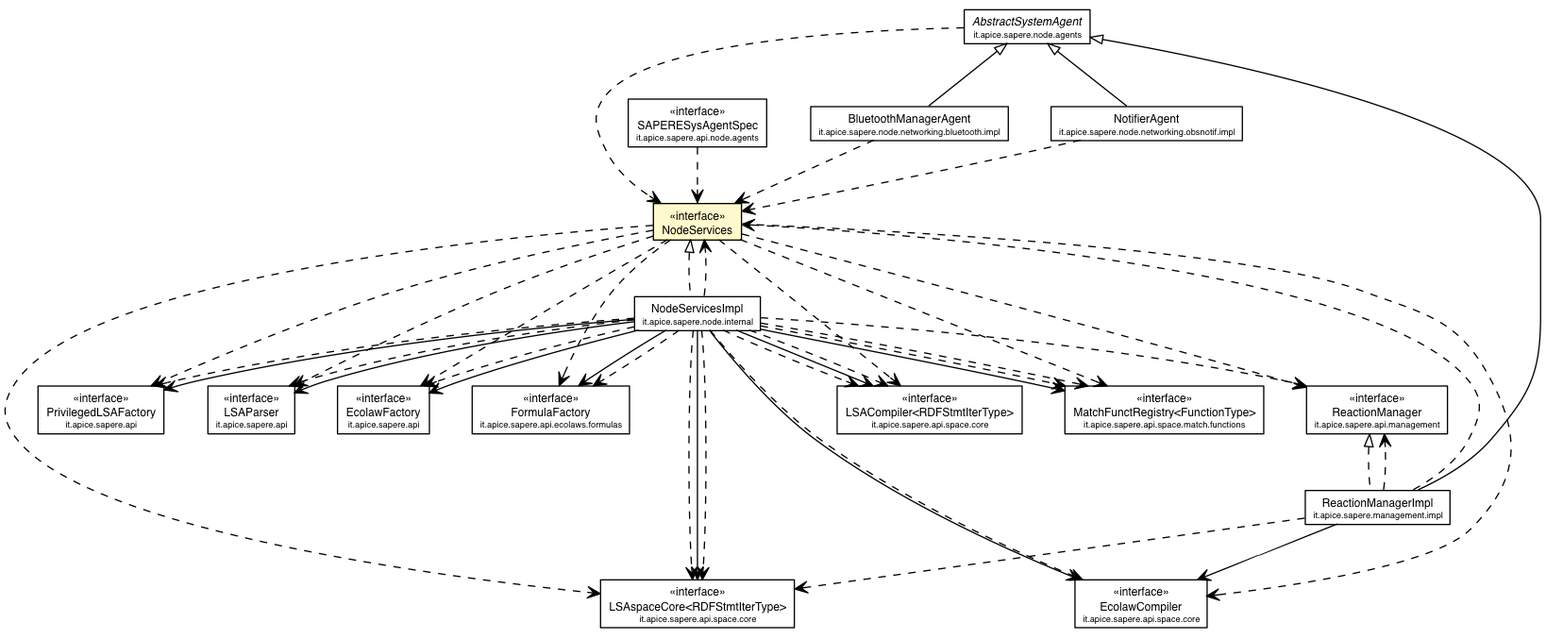
DanySK/Legacy-Contessi-Thesis-Semantic-Web-SAPERE keeps this Graphviz diagram as deployed-site/apidocs/it/apice/sapere/api/node/NodeServices.png. Above is the earlier version. Its source is kept beside it as deployed-site/apidocs/it/apice/sapere/api/node/NodeServices.dot.
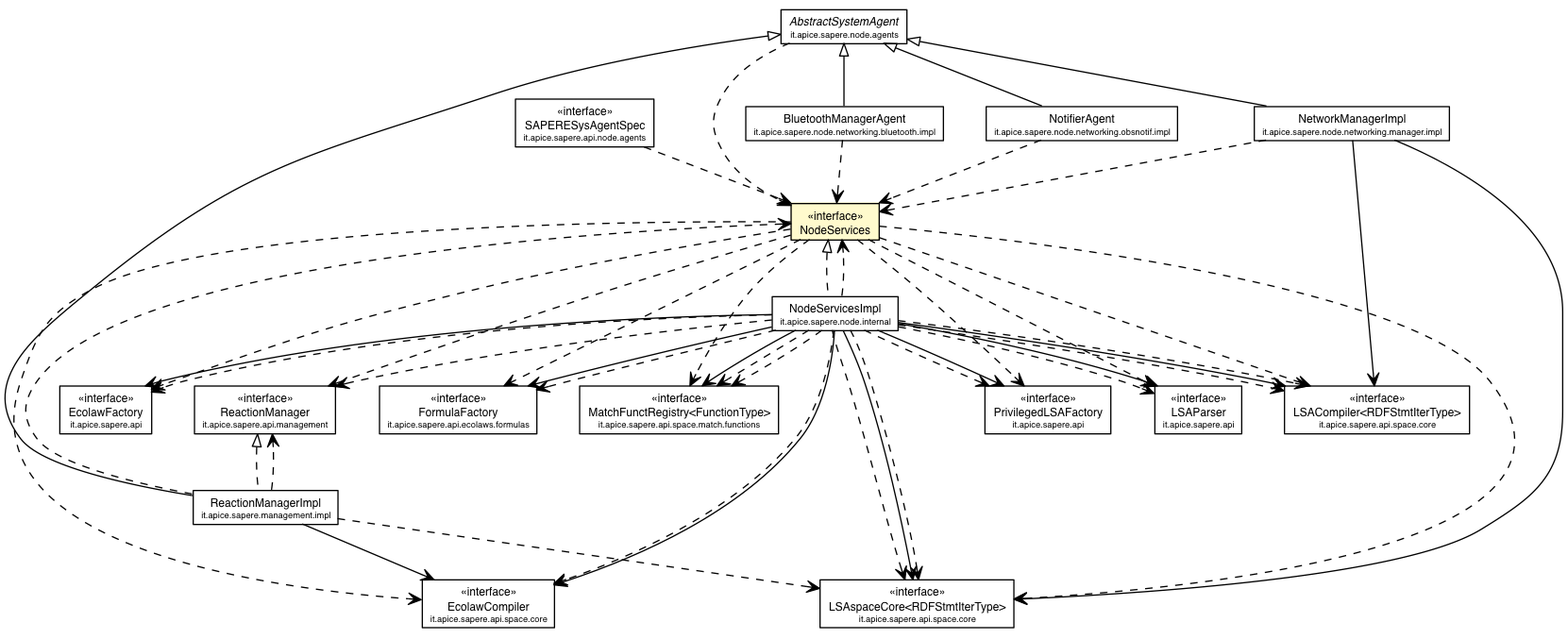
After the commit.

Diff of the diagram source:
```diff
@@ -4,3 +4,3 @@
 	node [fontname="Helvetica",fontsize=10,shape=plaintext];
-	c38224 [label=<<table border="0" cellborder="1" cellspacing="0" cellpadding="2" port="p" href="../PrivilegedLSAFactory.html">
+	c43854 [label=<<table border="0" cellborder="1" cellspacing="0" cellpadding="2" port="p" href="../PrivilegedLSAFactory.html">
 		<tr><td><table border="0" cellspacing="0" cellpadding="1">
@@ -11,3 +11,3 @@
 		</table>>, fontname="Helvetica", fontcolor="black", fontsize=9.0];
-	c38225 [label=<<table border="0" cellborder="1" cellspacing="0" cellpadding="2" port="p" href="../LSAParser.html">
+	c43855 [label=<<table border="0" cellborder="1" cellspacing="0" cellpadding="2" port="p" href="../LSAParser.html">
 		<tr><td><table border="0" cellspacing="0" cellpadding="1">
@@ -18,3 +18,3 @@
 		</table>>, fontname="Helvetica", fontcolor="black", fontsize=9.0];
-	c38227 [label=<<table border="0" cellborder="1" cellspacing="0" cellpadding="2" port="p" href="../EcolawFactory.html">
+	c43857 [label=<<table border="0" cellborder="1" cellspacing="0" cellpadding="2" port="p" href="../EcolawFactory.html">
 		<tr><td><table border="0" cellspacing="0" cellpadding="1">
@@ -25,3 +25,3 @@
 		</table>>, fontname="Helvetica", fontcolor="black", fontsize=9.0];
-	c38251 [label=<<table border="0" cellborder="1" cellspacing="0" cellpadding="2" port="p" href="../ecolaws/formulas/FormulaFactory.html">
+	c43881 [label=<<table border="0" cellborder="1" cellspacing="0" cellpadding="2" port="p" href="../ecolaws/formulas/FormulaFactory.html">
 		<tr><td><table border="0" cellspacing="0" cellpadding="1">
@@ -32,3 +32,3 @@
 		</table>>, fontname="Helvetica", fontcolor="black", fontsize=9.0];
-	c38299 [label=<<table border="0" cellborder="1" cellspacing="0" cellpadding="2" port="p" href="../management/ReactionManager.html">
+	c43929 [label=<<table border="0" cellborder="1" cellspacing="0" cellpadding="2" port="p" href="../management/ReactionManager.html">
 		<tr><td><table border="0" cellspacing="0" cellpadding="1">
@@ -39,3 +39,3 @@
 		</table>>, fontname="Helvetica", fontcolor="black", fontsize=9.0];
-	c38301 [label=<<table border="0" cellborder="1" cellspacing="0" cellpadding="2" port="p" href="./agents/SAPERESysAgentSpec.html">
+	c43931 [label=<<table border="0" cellborder="1" cellspacing="0" cellpadding="2" port="p" href="./agents/SAPERESysAgentSpec.html">
 		<tr><td><table border="0" cellspacing="0" cellpadding="1">
@@ -46,3 +46,3 @@
 		</table>>, fontname="Helvetica", fontcolor="black", fontsize=9.0];
-	c38310 [label=<<table border="0" cellborder="1" cellspacing="0" cellpadding="2" port="p" bgcolor="lemonChiffon" href="./NodeServices.html">
+	c43940 [label=<<table border="0" cellborder="1" cellspacing="0" cellpadding="2" port="p" bgcolor="lemonChiffon" href="./NodeServices.html">
 		<tr><td><table border="0" cellspacing="0" cellpadding="1">
@@ -52,3 +52,3 @@
 		</table>>, fontname="Helvetica", fontcolor="black", fontsize=9.0];
-	c38311 [label=<<table border="0" cellborder="1" cellspacing="0" cellpadding="2" port="p" href="../space/core/LSAspaceCore.html">
+	c43941 [label=<<table border="0" cellborder="1" cellspacing="0" cellpadding="2" port="p" href="../space/core/LSAspaceCore.html">
 		<tr><td><table border="0" cellspacing="0" cellpadding="1">
@@ -59,3 +59,3 @@
 		</table>>, fontname="Helvetica", fontcolor="black", fontsize=9.0];
-	c38312 [label=<<table border="0" cellborder="1" cellspacing="0" cellpadding="2" port="p" href="../space/core/LSACompiler.html">
+	c43942 [label=<<table border="0" cellborder="1" cellspacing="0" cellpadding="2" port="p" href="../space/core/LSACompiler.html">
 		<tr><td><table border="0" cellspacing="0" cellpadding="1">
@@ -66,3 +66,3 @@
 		</table>>, fontname="Helvetica", fontcolor="black", fontsize=9.0];
-	c38313 [label=<<table border="0" cellborder="1" cellspacing="0" cellpadding="2" port="p" href="../space/core/EcolawCompiler.html">
+	c43943 [label=<<table border="0" cellborder="1" cellspacing="0" cellpadding="2" port="p" href="../space/core/EcolawCompiler.html">
 		<tr><td><table border="0" cellspacing="0" cellpadding="1">
@@ -73,3 +73,3 @@
 		</table>>, fontname="Helvetica", fontcolor="black", fontsize=9.0];
-	c38320 [label=<<table border="0" cellborder="1" cellspacing="0" cellpadding="2" port="p" href="../space/match/functions/MatchFunctRegistry.html">
+	c43950 [label=<<table border="0" cellborder="1" cellspacing="0" cellpadding="2" port="p" href="../space/match/functions/MatchFunctRegistry.html">
 		<tr><td><table border="0" cellspacing="0" cellpadding="1">
@@ -80,3 +80,3 @@
 		</table>>, fontname="Helvetica", fontcolor="black", fontsize=9.0];
-	c38414 [label=<<table border="0" cellborder="1" cellspacing="0" cellpadding="2" port="p" href="../../management/impl/ReactionManagerImpl.html">
+	c44044 [label=<<table border="0" cellborder="1" cellspacing="0" cellpadding="2" port="p" href="../../management/impl/ReactionManagerImpl.html">
 		<tr><td><table border="0" cellspacing="0" cellpadding="1">
@@ -86,3 +86,3 @@
 		</table>>, fontname="Helvetica", fontcolor="black", fontsize=9.0];
-	c38416 [label=<<table border="0" cellborder="1" cellspacing="0" cellpadding="2" port="p" href="../../node/agents/AbstractSystemAgent.html">
+	c44046 [label=<<table border="0" cellborder="1" cellspacing="0" cellpadding="2" port="p" href="../../node/agents/AbstractSystemAgent.html">
 		<tr><td><table border="0" cellspacing="0" cellpadding="1">
@@ -92,3 +92,3 @@
 		</table>>, fontname="Helvetica", fontcolor="black", fontsize=9.0];
-	c38424 [label=<<table border="0" cellborder="1" cellspacing="0" cellpadding="2" port="p" href="../../node/internal/NodeServicesImpl.html">
+	c44054 [label=<<table border="0" cellborder="1" cellspacing="0" cellpadding="2" port="p" href="../../node/internal/NodeServicesImpl.html">
 		<tr><td><table border="0" cellspacing="0" cellpadding="1">
@@ -98,3 +98,3 @@
 		</table>>, fontname="Helvetica", fontcolor="black", fontsize=9.0];
-	c38427 [label=<<table border="0" cellborder="1" cellspacing="0" cellpadding="2" port="p" href="../../node/networking/bluetooth/impl/BluetoothManagerAgent.html">
+	c44057 [label=<<table border="0" cellborder="1" cellspacing="0" cellpadding="2" port="p" href="../../node/networking/bluetooth/impl/BluetoothManagerAgent.html">
 		<tr><td><table border="0" cellspacing="0" cellpadding="1">
@@ -104,3 +104,9 @@
 		</table>>, fontname="Helvetica", fontcolor="black", fontsize=9.0];
-	c38439 [label=<<table border="0" cellborder="1" cellspacing="0" cellpadding="2" port="p" href="../../node/networking/obsnotif/impl/NotifierAgent.html">
+	c44067 [label=<<table border="0" cellborder="1" cellspacing="0" cellpadding="2" port="p" href="../../node/networking/manager/impl/NetworkManagerImpl.html">
+		<tr><td><table border="0" cellspacing="0" cellpadding="1">
+			<tr><td> NetworkManagerImpl </td></tr>
+			<tr><td><font point-size="7.0"> it.apice.sapere.node.networking.manager.impl </font></td></tr>
+		</table></td></tr>
+		</table>>, fontname="Helvetica", fontcolor="black", fontsize=9.0];
+	c44071 [label=<<table border="0" cellborder="1" cellspacing="0" cellpadding="2" port="p" href="../../node/networking/obsnotif/impl/NotifierAgent.html">
 		<tr><td><table border="0" cellspacing="0" cellpadding="1">
@@ -110,45 +116,49 @@
 		</table>>, fontname="Helvetica", fontcolor="black", fontsize=9.0];
-	c38416:p -> c38414:p [dir=back,arrowtail=empty];
-	c38299:p -> c38414:p [dir=back,arrowtail=empty,style=dashed];
-	c38310:p -> c38424:p [dir=back,arrowtail=empty,style=dashed];
-	c38416:p -> c38427:p [dir=back,arrowtail=empty];
-	c38416:p -> c38439:p [dir=back,arrowtail=empty];
-	c38414:p -> c38313:p [taillabel="", label="", headlabel="", fontname="Helvetica", fontcolor="black", fontsize=10.0, color="black", arrowhead=open];
-	c38424:p -> c38224:p [taillabel="", label="", headlabel="", fontname="Helvetica", fontcolor="black", fontsize=10.0, color="black", arrowhead=open];
-	c38424:p -> c38312:p [taillabel="", label="", headlabel="", fontname="Helvetica", fontcolor="black", fontsize=10.0, color="black", arrowhead=open];
-	c38424:p -> c38225:p [taillabel="", label="", headlabel="", fontname="Helvetica", fontcolor="black", fontsize=10.0, color="black", arrowhead=open];
-	c38424:p -> c38227:p [taillabel="", label="", headlabel="", fontname="Helvetica", fontcolor="black", fontsize=10.0, color="black", arrowhead=open];
-	c38424:p -> c38313:p [taillabel="", label="", headlabel="", fontname="Helvetica", fontcolor="black", fontsize=10.0, color="black", arrowhead=open];
-	c38424:p -> c38251:p [taillabel="", label="", headlabel="", fontname="Helvetica", fontcolor="black", fontsize=10.0, color="black", arrowhead=open];
-	c38424:p -> c38311:p [taillabel="", label="", headlabel="", fontname="Helvetica", fontcolor="black", fontsize=10.0, color="black", arrowhead=open];
-	c38424:p -> c38320:p [taillabel="", label="", headlabel="", fontname="Helvetica", fontcolor="black", fontsize=10.0, color="black", arrowhead=open];
-	c38301:p -> c38310:p [taillabel="", label="", headlabel="", fontname="Helvetica", fontcolor="black", fontsize=10.0, color="black", arrowhead=open, style=dashed];
-	c38310:p -> c38320:p [taillabel="", label="", headlabel="", fontname="Helvetica", fontcolor="black", fontsize=10.0, color="black", arrowhead=open, style=dashed];
-	c38310:p -> c38311:p [taillabel="", label="", headlabel="", fontname="Helvetica", fontcolor="black", fontsize=10.0, color="black", arrowhead=open, style=dashed];
-	c38310:p -> c38312:p [taillabel="", label="", headlabel="", fontname="Helvetica", fontcolor="black", fontsize=10.0, color="black", arrowhead=open, style=dashed];
-	c38310:p -> c38299:p [taillabel="", label="", headlabel="", fontname="Helvetica", fontcolor="black", fontsize=10.0, color="black", arrowhead=open, style=dashed];
-	c38310:p -> c38251:p [taillabel="", label="", headlabel="", fontname="Helvetica", fontcolor="black", fontsize=10.0, color="black", arrowhead=open, style=dashed];
-	c38310:p -> c38225:p [taillabel="", label="", headlabel="", fontname="Helvetica", fontcolor="black", fontsize=10.0, color="black", arrowhead=open, style=dashed];
-	c38310:p -> c38227:p [taillabel="", label="", headlabel="", fontname="Helvetica", fontcolor="black", fontsize=10.0, color="black", arrowhead=open, style=dashed];
-	c38310:p -> c38313:p [taillabel="", label="", headlabel="", fontname="Helvetica", fontcolor="black", fontsize=10.0, color="black", arrowhead=open, style=dashed];
-	c38310:p -> c38224:p [taillabel="", label="", headlabel="", fontname="Helvetica", fontcolor="black", fontsize=10.0, color="black", arrowhead=open, style=dashed];
-	c38414:p -> c38311:p [taillabel="", label="", headlabel="", fontname="Helvetica", fontcolor="black", fontsize=10.0, color="black", arrowhead=open, style=dashed];
-	c38414:p -> c38299:p [taillabel="", label="", headlabel="", fontname="Helvetica", fontcolor="black", fontsize=10.0, color="black", arrowhead=open, style=dashed];
-	c38414:p -> c38310:p [taillabel="", label="", headlabel="", fontname="Helvetica", fontcolor="black", fontsize=10.0, color="black", arrowhead=open, style=dashed];
-	c38416:p -> c38310:p [taillabel="", label="", headlabel="", fontname="Helvetica", fontcolor="black", fontsize=10.0, color="black", arrowhead=open, style=dashed];
-	c38424:p -> c38311:p [taillabel="", label="", headlabel="", fontname="Helvetica", fontcolor="black", fontsize=10.0, color="black", arrowhead=open, style=dashed];
-	c38424:p -> c38311:p [taillabel="", label="", headlabel="", fontname="Helvetica", fontcolor="black", fontsize=10.0, color="black", arrowhead=open, style=dashed];
-	c38424:p -> c38313:p [taillabel="", label="", headlabel="", fontname="Helvetica", fontcolor="black", fontsize=10.0, color="black", arrowhead=open, style=dashed];
-	c38424:p -> c38320:p [taillabel="", label="", headlabel="", fontname="Helvetica", fontcolor="black", fontsize=10.0, color="black", arrowhead=open, style=dashed];
-	c38424:p -> c38312:p [taillabel="", label="", headlabel="", fontname="Helvetica", fontcolor="black", fontsize=10.0, color="black", arrowhead=open, style=dashed];
-	c38424:p -> c38312:p [taillabel="", label="", headlabel="", fontname="Helvetica", fontcolor="black", fontsize=10.0, color="black", arrowhead=open, style=dashed];
-	c38424:p -> c38299:p [taillabel="", label="", headlabel="", fontname="Helvetica", fontcolor="black", fontsize=10.0, color="black", arrowhead=open, style=dashed];
-	c38424:p -> c38251:p [taillabel="", label="", headlabel="", fontname="Helvetica", fontcolor="black", fontsize=10.0, color="black", arrowhead=open, style=dashed];
-	c38424:p -> c38225:p [taillabel="", label="", headlabel="", fontname="Helvetica", fontcolor="black", fontsize=10.0, color="black", arrowhead=open, style=dashed];
-	c38424:p -> c38227:p [taillabel="", label="", headlabel="", fontname="Helvetica", fontcolor="black", fontsize=10.0, color="black", arrowhead=open, style=dashed];
-	c38424:p -> c38310:p [taillabel="", label="", headlabel="", fontname="Helvetica", fontcolor="black", fontsize=10.0, color="black", arrowhead=open, style=dashed];
-	c38424:p -> c38320:p [taillabel="", label="", headlabel="", fontname="Helvetica", fontcolor="black", fontsize=10.0, color="black", arrowhead=open, style=dashed];
-	c38424:p -> c38224:p [taillabel="", label="", headlabel="", fontname="Helvetica", fontcolor="black", fontsize=10.0, color="black", arrowhead=open, style=dashed];
-	c38427:p -> c38310:p [taillabel="", label="", headlabel="", fontname="Helvetica", fontcolor="black", fontsize=10.0, color="black", arrowhead=open, style=dashed];
-	c38439:p -> c38310:p [taillabel="", label="", headlabel="", fontname="Helvetica", fontcolor="black", fontsize=10.0, color="black", arrowhead=open, style=dashed];
+	c44046:p -> c44044:p [dir=back,arrowtail=empty];
+	c43929:p -> c44044:p [dir=back,arrowtail=empty,style=dashed];
+	c43940:p -> c44054:p [dir=back,arrowtail=empty,style=dashed];
+	c44046:p -> c44057:p [dir=back,arrowtail=empty];
+	c44046:p -> c44067:p [dir=back,arrowtail=empty];
+	c44046:p -> c44071:p [dir=back,arrowtail=empty];
+	c44044:p -> c43943:p [taillabel="", label="", headlabel="", fontname="Helvetica", fontcolor="black", fontsize=10.0, color="black", arrowhead=open];
+	c44054:p -> c43854:p [taillabel="", label="", headlabel="", fontname="Helvetica", fontcolor="black", fontsize=10.0, color="black", arrowhead=open];
+	c44054:p -> c43942:p [taillabel="", label="", headlabel="", fontname="Helvetica", fontcolor="black", fontsize=10.0, color="black", arrowhead=open];
+	c44054:p -> c43855:p [taillabel="", label="", headlabel="", fontname="Helvetica", fontcolor="black", fontsize=10.0, color="black", arrowhead=open];
+	c44054:p -> c43857:p [taillabel="", label="", headlabel="", fontname="Helvetica", fontcolor="black", fontsize=10.0, color="black", arrowhead=open];
+	c44054:p -> c43943:p [taillabel="", label="", headlabel="", fontname="Helvetica", fontcolor="black", fontsize=10.0, color="black", arrowhead=open];
+	c44054:p -> c43881:p [taillabel="", label="", headlabel="", fontname="Helvetica", fontcolor="black", fontsize=10.0, color="black", arrowhead=open];
+	c44054:p -> c43941:p [taillabel="", label="", headlabel="", fontname="Helvetica", fontcolor="black", fontsize=10.0, color="black", arrowhead=open];
+	c44054:p -> c43950:p [taillabel="", label="", headlabel="", fontname="Helvetica", fontcolor="black", fontsize=10.0, color="black", arrowhead=open];
+	c44067:p -> c43941:p [taillabel="", label="", headlabel="", fontname="Helvetica", fontcolor="black", fontsize=10.0, color="black", arrowhead=open];
+	c44067:p -> c43942:p [taillabel="", label="", headlabel="", fontname="Helvetica", fontcolor="black", fontsize=10.0, color="black", arrowhead=open];
+	c43931:p -> c43940:p [taillabel="", label="", headlabel="", fontname="Helvetica", fontcolor="black", fontsize=10.0, color="black", arrowhead=open, style=dashed];
+	c43940:p -> c43881:p [taillabel="", label="", headlabel="", fontname="Helvetica", fontcolor="black", fontsize=10.0, color="black", arrowhead=open, style=dashed];
+	c43940:p -> c43942:p [taillabel="", label="", headlabel="", fontname="Helvetica", fontcolor="black", fontsize=10.0, color="black", arrowhead=open, style=dashed];
+	c43940:p -> c43950:p [taillabel="", label="", headlabel="", fontname="Helvetica", fontcolor="black", fontsize=10.0, color="black", arrowhead=open, style=dashed];
+	c43940:p -> c43857:p [taillabel="", label="", headlabel="", fontname="Helvetica", fontcolor="black", fontsize=10.0, color="black", arrowhead=open, style=dashed];
+	c43940:p -> c43929:p [taillabel="", label="", headlabel="", fontname="Helvetica", fontcolor="black", fontsize=10.0, color="black", arrowhead=open, style=dashed];
+	c43940:p -> c43941:p [taillabel="", label="", headlabel="", fontname="Helvetica", fontcolor="black", fontsize=10.0, color="black", arrowhead=open, style=dashed];
+	c43940:p -> c43943:p [taillabel="", label="", headlabel="", fontname="Helvetica", fontcolor="black", fontsize=10.0, color="black", arrowhead=open, style=dashed];
+	c43940:p -> c43855:p [taillabel="", label="", headlabel="", fontname="Helvetica", fontcolor="black", fontsize=10.0, color="black", arrowhead=open, style=dashed];
+	c43940:p -> c43854:p [taillabel="", label="", headlabel="", fontname="Helvetica", fontcolor="black", fontsize=10.0, color="black", arrowhead=open, style=dashed];
+	c44044:p -> c43941:p [taillabel="", label="", headlabel="", fontname="Helvetica", fontcolor="black", fontsize=10.0, color="black", arrowhead=open, style=dashed];
+	c44044:p -> c43940:p [taillabel="", label="", headlabel="", fontname="Helvetica", fontcolor="black", fontsize=10.0, color="black", arrowhead=open, style=dashed];
+	c44044:p -> c43929:p [taillabel="", label="", headlabel="", fontname="Helvetica", fontcolor="black", fontsize=10.0, color="black", arrowhead=open, style=dashed];
+	c44046:p -> c43940:p [taillabel="", label="", headlabel="", fontname="Helvetica", fontcolor="black", fontsize=10.0, color="black", arrowhead=open, style=dashed];
+	c44054:p -> c43941:p [taillabel="", label="", headlabel="", fontname="Helvetica", fontcolor="black", fontsize=10.0, color="black", arrowhead=open, style=dashed];
+	c44054:p -> c43950:p [taillabel="", label="", headlabel="", fontname="Helvetica", fontcolor="black", fontsize=10.0, color="black", arrowhead=open, style=dashed];
+	c44054:p -> c43942:p [taillabel="", label="", headlabel="", fontname="Helvetica", fontcolor="black", fontsize=10.0, color="black", arrowhead=open, style=dashed];
+	c44054:p -> c43941:p [taillabel="", label="", headlabel="", fontname="Helvetica", fontcolor="black", fontsize=10.0, color="black", arrowhead=open, style=dashed];
+	c44054:p -> c43929:p [taillabel="", label="", headlabel="", fontname="Helvetica", fontcolor="black", fontsize=10.0, color="black", arrowhead=open, style=dashed];
+	c44054:p -> c43855:p [taillabel="", label="", headlabel="", fontname="Helvetica", fontcolor="black", fontsize=10.0, color="black", arrowhead=open, style=dashed];
+	c44054:p -> c43943:p [taillabel="", label="", headlabel="", fontname="Helvetica", fontcolor="black", fontsize=10.0, color="black", arrowhead=open, style=dashed];
+	c44054:p -> c43881:p [taillabel="", label="", headlabel="", fontname="Helvetica", fontcolor="black", fontsize=10.0, color="black", arrowhead=open, style=dashed];
+	c44054:p -> c43940:p [taillabel="", label="", headlabel="", fontname="Helvetica", fontcolor="black", fontsize=10.0, color="black", arrowhead=open, style=dashed];
+	c44054:p -> c43950:p [taillabel="", label="", headlabel="", fontname="Helvetica", fontcolor="black", fontsize=10.0, color="black", arrowhead=open, style=dashed];
+	c44054:p -> c43857:p [taillabel="", label="", headlabel="", fontname="Helvetica", fontcolor="black", fontsize=10.0, color="black", arrowhead=open, style=dashed];
+	c44054:p -> c43854:p [taillabel="", label="", headlabel="", fontname="Helvetica", fontcolor="black", fontsize=10.0, color="black", arrowhead=open, style=dashed];
+	c44054:p -> c43942:p [taillabel="", label="", headlabel="", fontname="Helvetica", fontcolor="black", fontsize=10.0, color="black", arrowhead=open, style=dashed];
+	c44057:p -> c43940:p [taillabel="", label="", headlabel="", fontname="Helvetica", fontcolor="black", fontsize=10.0, color="black", arrowhead=open, style=dashed];
+	c44067:p -> c43940:p [taillabel="", label="", headlabel="", fontname="Helvetica", fontcolor="black", fontsize=10.0, color="black", arrowhead=open, style=dashed];
+	c44071:p -> c43940:p [taillabel="", label="", headlabel="", fontname="Helvetica", fontcolor="black", fontsize=10.0, color="black", arrowhead=open, style=dashed];
 }
```
